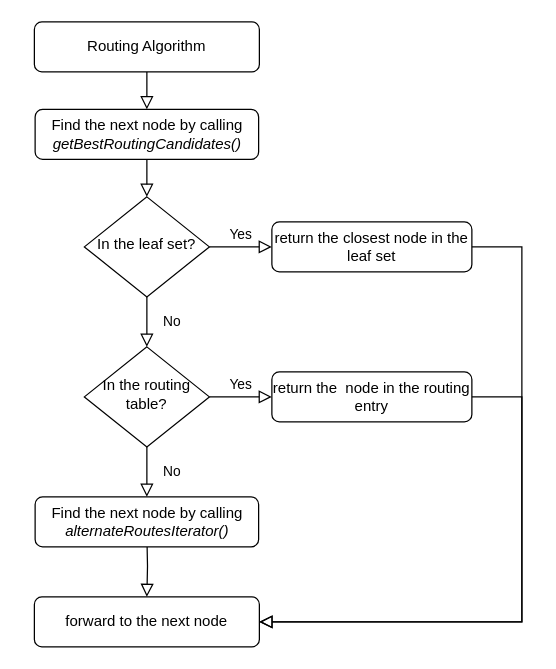
Earlier version of the draw.io diagram PastryRouting.drawio (OneOverThree/PastryTest). Source tidied: cells renumbered, new cells numbered last; positions are measured from the earlier drawing's top-left corner, leaving out a move shared by most shapes. Both pictures are drawn from the tidied source at 125%, with x=0, y=0 at pixel (34, 21).
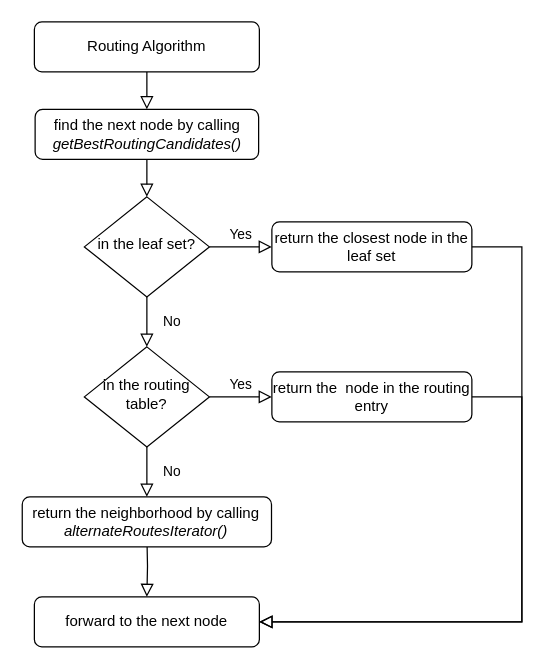
The same page after the edit.

What changed in the source:
```diff
@@
-    <mxCell id="3" value="Find the next node by calling&lt;br&gt;&lt;i&gt;getBestRoutingCandidates()&lt;/i&gt;" style="rounded=1;whiteSpace=wrap;html=1;fontSize=12;glass=0;strokeWidth=1;shadow=0;" parent="1" vertex="1">
+    <mxCell id="3" value="find the next node by calling&lt;br&gt;&lt;i&gt;getBestRoutingCandidates()&lt;/i&gt;" style="rounded=1;whiteSpace=wrap;html=1;fontSize=12;glass=0;strokeWidth=1;shadow=0;" parent="1" vertex="1">
       <mxGeometry x="0.6" y="70" width="178.8" height="40" as="geometry" />
     </mxCell>
@@
-    <mxCell id="6" value="In the leaf set?" style="rhombus;whiteSpace=wrap;html=1;shadow=0;fontFamily=Helvetica;fontSize=12;align=center;strokeWidth=1;spacing=6;spacingTop=-4;" parent="1" vertex="1">
+    <mxCell id="6" value="in the leaf set?" style="rhombus;whiteSpace=wrap;html=1;shadow=0;fontFamily=Helvetica;fontSize=12;align=center;strokeWidth=1;spacing=6;spacingTop=-4;" parent="1" vertex="1">
       <mxGeometry x="40" y="140" width="100" height="80" as="geometry" />
     </mxCell>
@@
-    <mxCell id="9" value="In the routing table?" style="rhombus;whiteSpace=wrap;html=1;shadow=0;fontFamily=Helvetica;fontSize=12;align=center;strokeWidth=1;spacing=6;spacingTop=-4;" parent="1" vertex="1">
+    <mxCell id="9" value="in the routing table?" style="rhombus;whiteSpace=wrap;html=1;shadow=0;fontFamily=Helvetica;fontSize=12;align=center;strokeWidth=1;spacing=6;spacingTop=-4;" parent="1" vertex="1">
       <mxGeometry x="40" y="260" width="100" height="80" as="geometry" />
     </mxCell>
@@
-    <mxCell id="15" value="Find the next node by calling&lt;br&gt;&lt;i&gt;alternateRoutesIterator()&lt;/i&gt;" style="rounded=1;whiteSpace=wrap;html=1;fontSize=12;glass=0;strokeWidth=1;shadow=0;" parent="1" vertex="1">
-      <mxGeometry x="0.6" y="380" width="178.8" height="40" as="geometry" />
+    <mxCell id="15" value="return the neighborhood by calling&lt;br&gt;&lt;i&gt;alternateRoutesIterator()&lt;/i&gt;" style="rounded=1;whiteSpace=wrap;html=1;fontSize=12;glass=0;strokeWidth=1;shadow=0;" parent="1" vertex="1">
+      <mxGeometry x="-9.7" y="380" width="199.4" height="40" as="geometry" />
     </mxCell>
```
